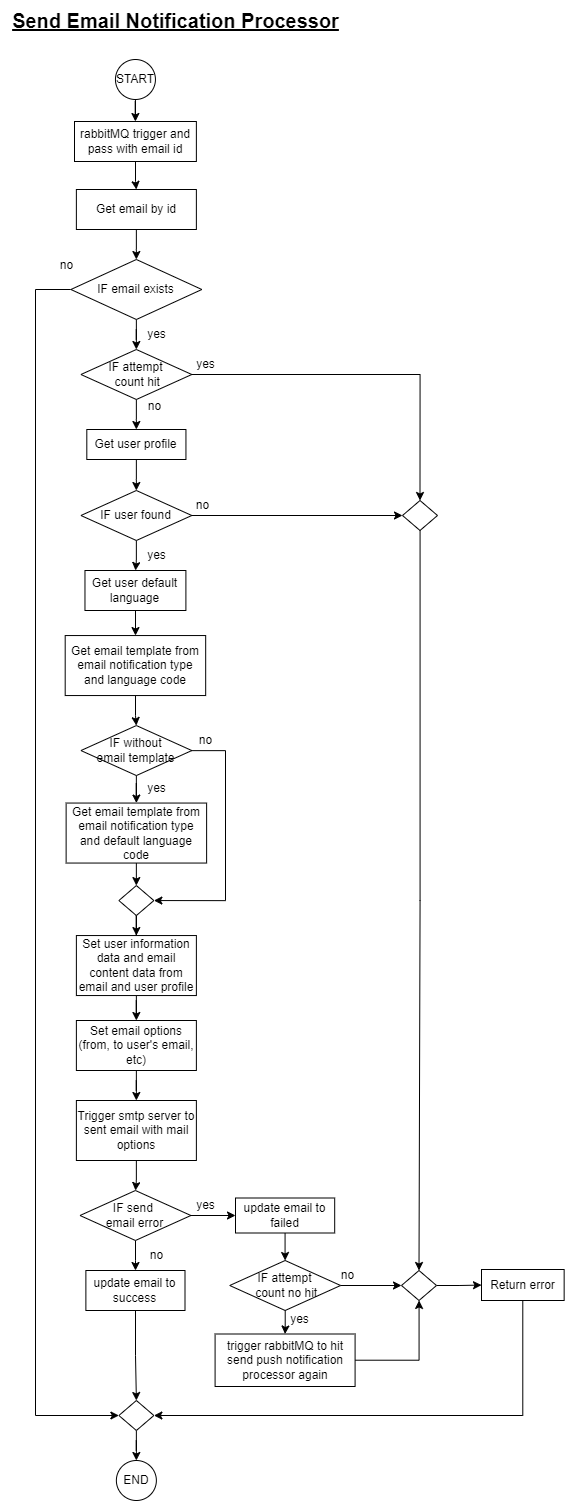
eryanyao/8excite-transition-main keeps this draw.io diagram as batch-service/images/8excite-batch-service - sendEmailNotificationProcessor.drawio.png. Above is the earlier version. Source tidied: cells renumbered, new cells last; positions are measured from the earlier drawing's top-left corner, leaving out a move shared by most shapes. Source of this version:
```xml
<mxGraphModel>
  <root>
    <mxCell id="0" />
    <mxCell id="1" parent="0" />
    <mxCell id="2" value="Send Email Notification Processor" style="text;html=1;align=center;verticalAlign=middle;strokeColor=none;fillColor=none;fontStyle=5;fontSize=20;" parent="1" vertex="1">
      <mxGeometry width="350" height="40" as="geometry" />
    </mxCell>
    <mxCell id="3" style="edgeStyle=orthogonalEdgeStyle;rounded=0;jettySize=auto;html=1;entryX=0.5;entryY=0;entryDx=0;entryDy=0;" parent="1" edge="1" source="4" target="8">
      <mxGeometry relative="1" as="geometry" />
    </mxCell>
    <mxCell id="4" value="rabbitMQ trigger and pass with email id" style="rounded=0;whiteSpace=wrap;html=1;" parent="1" vertex="1">
      <mxGeometry x="74" y="121" width="121.9" height="40" as="geometry" />
    </mxCell>
    <mxCell id="5" style="edgeStyle=orthogonalEdgeStyle;rounded=0;jettySize=auto;html=1;entryX=0.5;entryY=0;entryDx=0;entryDy=0;" parent="1" edge="1" source="6" target="4">
      <mxGeometry relative="1" as="geometry" />
    </mxCell>
    <mxCell id="6" value="START" style="ellipse;whiteSpace=wrap;html=1;" parent="1" vertex="1">
      <mxGeometry x="114.9" y="59" width="40" height="40" as="geometry" />
    </mxCell>
    <mxCell id="7" style="edgeStyle=orthogonalEdgeStyle;rounded=0;jettySize=auto;html=1;" parent="1" edge="1" source="8" target="11">
      <mxGeometry relative="1" as="geometry" />
    </mxCell>
    <mxCell id="8" value="Get email by id" style="rounded=0;whiteSpace=wrap;html=1;" parent="1" vertex="1">
      <mxGeometry x="75.9" y="189" width="120" height="40" as="geometry" />
    </mxCell>
    <mxCell id="9" style="edgeStyle=orthogonalEdgeStyle;rounded=0;jettySize=auto;html=1;" parent="1" edge="1" source="11" target="14">
      <mxGeometry relative="1" as="geometry" />
    </mxCell>
    <mxCell id="10" style="edgeStyle=orthogonalEdgeStyle;rounded=0;jettySize=auto;html=1;entryX=0;entryY=0.5;entryDx=0;entryDy=0;" parent="1" edge="1" source="11" target="67">
      <mxGeometry relative="1" as="geometry">
        <Array as="points">
          <mxPoint x="35" y="289" />
          <mxPoint x="35" y="1415" />
        </Array>
      </mxGeometry>
    </mxCell>
    <mxCell id="11" value="IF email exists" style="rhombus;whiteSpace=wrap;html=1;" parent="1" vertex="1">
      <mxGeometry x="70.4" y="259" width="130.9" height="60" as="geometry" />
    </mxCell>
    <mxCell id="12" style="edgeStyle=orthogonalEdgeStyle;rounded=0;jettySize=auto;html=1;" parent="1" edge="1" source="14" target="17">
      <mxGeometry relative="1" as="geometry" />
    </mxCell>
    <mxCell id="13" style="edgeStyle=orthogonalEdgeStyle;rounded=0;jettySize=auto;html=1;entryX=0.5;entryY=0;entryDx=0;entryDy=0;" parent="1" edge="1" source="14" target="53">
      <mxGeometry relative="1" as="geometry" />
    </mxCell>
    <mxCell id="14" value="IF attempt&lt;br&gt;&amp;nbsp;count hit" style="rhombus;whiteSpace=wrap;html=1;" parent="1" vertex="1">
      <mxGeometry x="80.4" y="349" width="110.9" height="50" as="geometry" />
    </mxCell>
    <mxCell id="15" value="yes" style="text;html=1;align=center;verticalAlign=middle;strokeColor=none;fillColor=none;" parent="1" vertex="1">
      <mxGeometry x="135.9" y="319" width="40" height="30" as="geometry" />
    </mxCell>
    <mxCell id="16" style="edgeStyle=orthogonalEdgeStyle;rounded=0;jettySize=auto;html=1;" parent="1" edge="1" source="17" target="23">
      <mxGeometry relative="1" as="geometry" />
    </mxCell>
    <mxCell id="17" value="Get user profile" style="rounded=0;whiteSpace=wrap;html=1;" parent="1" vertex="1">
      <mxGeometry x="86.3" y="429" width="99.1" height="30" as="geometry" />
    </mxCell>
    <mxCell id="18" value="yes" style="text;html=1;align=center;verticalAlign=middle;strokeColor=none;fillColor=none;" parent="1" vertex="1">
      <mxGeometry x="185.4" y="349" width="40" height="30" as="geometry" />
    </mxCell>
    <mxCell id="19" value="no" style="text;html=1;align=center;verticalAlign=middle;strokeColor=none;fillColor=none;" parent="1" vertex="1">
      <mxGeometry x="134" y="391" width="40" height="30" as="geometry" />
    </mxCell>
    <mxCell id="20" value="END" style="ellipse;whiteSpace=wrap;html=1;" parent="1" vertex="1">
      <mxGeometry x="115.9" y="1460" width="40" height="40" as="geometry" />
    </mxCell>
    <mxCell id="21" style="edgeStyle=orthogonalEdgeStyle;rounded=0;jettySize=auto;html=1;" parent="1" edge="1" source="23" target="53">
      <mxGeometry relative="1" as="geometry" />
    </mxCell>
    <mxCell id="22" style="edgeStyle=orthogonalEdgeStyle;rounded=0;jettySize=auto;html=1;" parent="1" edge="1" source="23" target="26">
      <mxGeometry relative="1" as="geometry" />
    </mxCell>
    <mxCell id="23" value="IF user found" style="rhombus;whiteSpace=wrap;html=1;" parent="1" vertex="1">
      <mxGeometry x="80.4" y="490" width="110.9" height="50" as="geometry" />
    </mxCell>
    <mxCell id="24" value="no" style="text;html=1;align=center;verticalAlign=middle;strokeColor=none;fillColor=none;" parent="1" vertex="1">
      <mxGeometry x="182.3" y="490" width="40" height="30" as="geometry" />
    </mxCell>
    <mxCell id="25" style="edgeStyle=orthogonalEdgeStyle;rounded=0;jettySize=auto;html=1;" parent="1" edge="1" source="26" target="29">
      <mxGeometry relative="1" as="geometry" />
    </mxCell>
    <mxCell id="26" value="Get user default language" style="rounded=0;whiteSpace=wrap;html=1;" parent="1" vertex="1">
      <mxGeometry x="84.5" y="570" width="100.9" height="40" as="geometry" />
    </mxCell>
    <mxCell id="27" value="yes" style="text;html=1;align=center;verticalAlign=middle;strokeColor=none;fillColor=none;" parent="1" vertex="1">
      <mxGeometry x="135.9" y="540" width="40" height="30" as="geometry" />
    </mxCell>
    <mxCell id="28" style="edgeStyle=orthogonalEdgeStyle;rounded=0;jettySize=auto;html=1;" parent="1" edge="1" source="29" target="32">
      <mxGeometry relative="1" as="geometry" />
    </mxCell>
    <mxCell id="29" value="Get email template from email notification type and language code" style="rounded=0;whiteSpace=wrap;html=1;" parent="1" vertex="1">
      <mxGeometry x="64.7" y="635" width="140.5" height="60" as="geometry" />
    </mxCell>
    <mxCell id="30" style="edgeStyle=orthogonalEdgeStyle;rounded=0;jettySize=auto;html=1;" parent="1" edge="1" source="32" target="34">
      <mxGeometry relative="1" as="geometry" />
    </mxCell>
    <mxCell id="31" style="edgeStyle=orthogonalEdgeStyle;rounded=0;jettySize=auto;html=1;entryX=1;entryY=0.5;entryDx=0;entryDy=0;" parent="1" edge="1" source="32" target="37">
      <mxGeometry relative="1" as="geometry">
        <Array as="points">
          <mxPoint x="225" y="750" />
          <mxPoint x="225" y="900" />
        </Array>
      </mxGeometry>
    </mxCell>
    <mxCell id="32" value="IF without &lt;br&gt;email template" style="rhombus;whiteSpace=wrap;html=1;" parent="1" vertex="1">
      <mxGeometry x="80.4" y="725" width="110.9" height="50" as="geometry" />
    </mxCell>
    <mxCell id="33" style="edgeStyle=orthogonalEdgeStyle;rounded=0;jettySize=auto;html=1;" parent="1" edge="1" source="34" target="37">
      <mxGeometry relative="1" as="geometry" />
    </mxCell>
    <mxCell id="34" value="Get email template from email notification type and default language code" style="rounded=0;whiteSpace=wrap;html=1;" parent="1" vertex="1">
      <mxGeometry x="65.6" y="802.5" width="140.5" height="60" as="geometry" />
    </mxCell>
    <mxCell id="35" value="yes" style="text;html=1;align=center;verticalAlign=middle;strokeColor=none;fillColor=none;" parent="1" vertex="1">
      <mxGeometry x="135.9" y="772.5" width="40" height="30" as="geometry" />
    </mxCell>
    <mxCell id="36" style="edgeStyle=orthogonalEdgeStyle;rounded=0;jettySize=auto;html=1;" parent="1" edge="1" source="37" target="40">
      <mxGeometry relative="1" as="geometry" />
    </mxCell>
    <mxCell id="37" value="&lt;span style=&quot;color: rgba(0, 0, 0, 0); font-family: monospace; font-size: 0px; text-align: start;&quot;&gt;%3CmxGraphModel%3E%3Croot%3E%3CmxCell%20id%3D%220%22%2F%3E%3CmxCell%20id%3D%221%22%20parent%3D%220%22%2F%3E%3CmxCell%20id%3D%222%22%20value%3D%22%22%20style%3D%22rhombus%3BwhiteSpace%3Dwrap%3Bhtml%3D1%3Brounded%3D0%3B%22%20vertex%3D%221%22%20parent%3D%221%22%3E%3CmxGeometry%20x%3D%222693.43%22%20y%3D%22-310%22%20width%3D%2235%22%20height%3D%2230%22%20as%3D%22geometry%22%2F%3E%3C%2FmxCell%3E%3C%2Froot%3E%3C%2FmxGraphModel%3E&lt;/span&gt;" style="rhombus;whiteSpace=wrap;html=1;rounded=0;" parent="1" vertex="1">
      <mxGeometry x="118.4" y="885" width="35" height="30" as="geometry" />
    </mxCell>
    <mxCell id="38" value="no" style="text;html=1;align=center;verticalAlign=middle;strokeColor=none;fillColor=none;" parent="1" vertex="1">
      <mxGeometry x="185.4" y="725" width="40" height="30" as="geometry" />
    </mxCell>
    <mxCell id="39" style="edgeStyle=orthogonalEdgeStyle;rounded=0;jettySize=auto;html=1;" parent="1" edge="1" source="40" target="42">
      <mxGeometry relative="1" as="geometry" />
    </mxCell>
    <mxCell id="40" value="Set user information data and email content data from email and user profile" style="whiteSpace=wrap;html=1;rounded=0;" parent="1" vertex="1">
      <mxGeometry x="75.9" y="935" width="120" height="60" as="geometry" />
    </mxCell>
    <mxCell id="41" style="edgeStyle=orthogonalEdgeStyle;rounded=0;jettySize=auto;html=1;" parent="1" edge="1" source="42" target="44">
      <mxGeometry relative="1" as="geometry" />
    </mxCell>
    <mxCell id="42" value="Set email options (from, to user's email, etc)" style="whiteSpace=wrap;html=1;rounded=0;" parent="1" vertex="1">
      <mxGeometry x="75.9" y="1020" width="120" height="50" as="geometry" />
    </mxCell>
    <mxCell id="43" style="edgeStyle=orthogonalEdgeStyle;rounded=0;jettySize=auto;html=1;" parent="1" edge="1" source="44" target="47">
      <mxGeometry relative="1" as="geometry" />
    </mxCell>
    <mxCell id="44" value="Trigger smtp server to sent email with mail options" style="whiteSpace=wrap;html=1;rounded=0;" parent="1" vertex="1">
      <mxGeometry x="75.9" y="1100" width="120" height="60" as="geometry" />
    </mxCell>
    <mxCell id="45" style="edgeStyle=orthogonalEdgeStyle;rounded=0;jettySize=auto;html=1;" parent="1" edge="1" source="47" target="49">
      <mxGeometry relative="1" as="geometry" />
    </mxCell>
    <mxCell id="46" style="edgeStyle=orthogonalEdgeStyle;rounded=0;jettySize=auto;html=1;" parent="1" edge="1" source="47" target="51">
      <mxGeometry relative="1" as="geometry" />
    </mxCell>
    <mxCell id="47" value="IF send&amp;nbsp;&lt;br&gt;email error" style="rhombus;whiteSpace=wrap;html=1;" parent="1" vertex="1">
      <mxGeometry x="79.5" y="1190" width="110.9" height="50" as="geometry" />
    </mxCell>
    <mxCell id="48" style="edgeStyle=orthogonalEdgeStyle;rounded=0;jettySize=auto;html=1;entryX=0.5;entryY=0;entryDx=0;entryDy=0;" parent="1" edge="1" source="49" target="59">
      <mxGeometry relative="1" as="geometry" />
    </mxCell>
    <mxCell id="49" value="update email to failed" style="whiteSpace=wrap;html=1;" parent="1" vertex="1">
      <mxGeometry x="235" y="1197.5" width="99.2" height="35" as="geometry" />
    </mxCell>
    <mxCell id="50" style="edgeStyle=orthogonalEdgeStyle;rounded=0;jettySize=auto;html=1;entryX=0.5;entryY=0;entryDx=0;entryDy=0;" parent="1" edge="1" source="51" target="67">
      <mxGeometry relative="1" as="geometry" />
    </mxCell>
    <mxCell id="51" value="update email to success" style="whiteSpace=wrap;html=1;" parent="1" vertex="1">
      <mxGeometry x="85.4" y="1270" width="99.1" height="40" as="geometry" />
    </mxCell>
    <mxCell id="52" style="edgeStyle=orthogonalEdgeStyle;rounded=0;jettySize=auto;html=1;entryX=0.5;entryY=0;entryDx=0;entryDy=0;" parent="1" edge="1" source="53" target="63">
      <mxGeometry relative="1" as="geometry" />
    </mxCell>
    <mxCell id="53" value="&lt;span style=&quot;color: rgba(0, 0, 0, 0); font-family: monospace; font-size: 0px; text-align: start;&quot;&gt;%3CmxGraphModel%3E%3Croot%3E%3CmxCell%20id%3D%220%22%2F%3E%3CmxCell%20id%3D%221%22%20parent%3D%220%22%2F%3E%3CmxCell%20id%3D%222%22%20value%3D%22%22%20style%3D%22rhombus%3BwhiteSpace%3Dwrap%3Bhtml%3D1%3Brounded%3D0%3B%22%20vertex%3D%221%22%20parent%3D%221%22%3E%3CmxGeometry%20x%3D%222693.43%22%20y%3D%22-310%22%20width%3D%2235%22%20height%3D%2230%22%20as%3D%22geometry%22%2F%3E%3C%2FmxCell%3E%3C%2Froot%3E%3C%2FmxGraphModel%3E&lt;/span&gt;" style="rhombus;whiteSpace=wrap;html=1;rounded=0;" parent="1" vertex="1">
      <mxGeometry x="402" y="500" width="35" height="30" as="geometry" />
    </mxCell>
    <mxCell id="54" value="no" style="text;html=1;align=center;verticalAlign=middle;strokeColor=none;fillColor=none;" parent="1" vertex="1">
      <mxGeometry x="46.3" y="250" width="40" height="30" as="geometry" />
    </mxCell>
    <mxCell id="55" style="edgeStyle=orthogonalEdgeStyle;rounded=0;jettySize=auto;html=1;entryX=1;entryY=0.5;entryDx=0;entryDy=0;" parent="1" edge="1" source="56" target="67">
      <mxGeometry relative="1" as="geometry">
        <Array as="points">
          <mxPoint x="522" y="1415" />
        </Array>
      </mxGeometry>
    </mxCell>
    <mxCell id="56" value="Return error" style="whiteSpace=wrap;html=1;" parent="1" vertex="1">
      <mxGeometry x="481" y="1269" width="82.7" height="31" as="geometry" />
    </mxCell>
    <mxCell id="57" style="edgeStyle=orthogonalEdgeStyle;rounded=0;jettySize=auto;html=1;" parent="1" edge="1" source="59" target="61">
      <mxGeometry relative="1" as="geometry" />
    </mxCell>
    <mxCell id="58" style="edgeStyle=orthogonalEdgeStyle;rounded=0;jettySize=auto;html=1;entryX=0;entryY=0.5;entryDx=0;entryDy=0;" parent="1" edge="1" source="59" target="63">
      <mxGeometry relative="1" as="geometry" />
    </mxCell>
    <mxCell id="59" value="IF attempt&lt;br&gt;&amp;nbsp;count no hit" style="rhombus;whiteSpace=wrap;html=1;" parent="1" vertex="1">
      <mxGeometry x="229.2" y="1260" width="110.9" height="50" as="geometry" />
    </mxCell>
    <mxCell id="60" style="edgeStyle=orthogonalEdgeStyle;rounded=0;jettySize=auto;html=1;" parent="1" edge="1" source="61" target="63">
      <mxGeometry relative="1" as="geometry" />
    </mxCell>
    <mxCell id="61" value="trigger rabbitMQ to hit send push notification processor again" style="whiteSpace=wrap;html=1;" parent="1" vertex="1">
      <mxGeometry x="214.6" y="1333.5" width="140" height="52.5" as="geometry" />
    </mxCell>
    <mxCell id="62" style="edgeStyle=orthogonalEdgeStyle;rounded=0;jettySize=auto;html=1;" parent="1" edge="1" source="63" target="56">
      <mxGeometry relative="1" as="geometry" />
    </mxCell>
    <mxCell id="63" value="&lt;span style=&quot;color: rgba(0, 0, 0, 0); font-family: monospace; font-size: 0px; text-align: start;&quot;&gt;%3CmxGraphModel%3E%3Croot%3E%3CmxCell%20id%3D%220%22%2F%3E%3CmxCell%20id%3D%221%22%20parent%3D%220%22%2F%3E%3CmxCell%20id%3D%222%22%20value%3D%22%22%20style%3D%22rhombus%3BwhiteSpace%3Dwrap%3Bhtml%3D1%3Brounded%3D0%3B%22%20vertex%3D%221%22%20parent%3D%221%22%3E%3CmxGeometry%20x%3D%222693.43%22%20y%3D%22-310%22%20width%3D%2235%22%20height%3D%2230%22%20as%3D%22geometry%22%2F%3E%3C%2FmxCell%3E%3C%2Froot%3E%3C%2FmxGraphModel%3E&lt;/span&gt;" style="rhombus;whiteSpace=wrap;html=1;rounded=0;" parent="1" vertex="1">
      <mxGeometry x="401" y="1270" width="35" height="30" as="geometry" />
    </mxCell>
    <mxCell id="64" value="no" style="text;html=1;align=center;verticalAlign=middle;strokeColor=none;fillColor=none;" parent="1" vertex="1">
      <mxGeometry x="326.9" y="1260" width="40" height="30" as="geometry" />
    </mxCell>
    <mxCell id="65" value="yes" style="text;html=1;align=center;verticalAlign=middle;strokeColor=none;fillColor=none;" parent="1" vertex="1">
      <mxGeometry x="279.2" y="1303.5" width="40" height="30" as="geometry" />
    </mxCell>
    <mxCell id="66" style="edgeStyle=orthogonalEdgeStyle;rounded=0;jettySize=auto;html=1;" parent="1" edge="1" source="67" target="20">
      <mxGeometry relative="1" as="geometry" />
    </mxCell>
    <mxCell id="67" value="&lt;span style=&quot;color: rgba(0, 0, 0, 0); font-family: monospace; font-size: 0px; text-align: start;&quot;&gt;%3CmxGraphModel%3E%3Croot%3E%3CmxCell%20id%3D%220%22%2F%3E%3CmxCell%20id%3D%221%22%20parent%3D%220%22%2F%3E%3CmxCell%20id%3D%222%22%20value%3D%22%22%20style%3D%22rhombus%3BwhiteSpace%3Dwrap%3Bhtml%3D1%3Brounded%3D0%3B%22%20vertex%3D%221%22%20parent%3D%221%22%3E%3CmxGeometry%20x%3D%222693.43%22%20y%3D%22-310%22%20width%3D%2235%22%20height%3D%2230%22%20as%3D%22geometry%22%2F%3E%3C%2FmxCell%3E%3C%2Froot%3E%3C%2FmxGraphModel%3E&lt;/span&gt;" style="rhombus;whiteSpace=wrap;html=1;rounded=0;" parent="1" vertex="1">
      <mxGeometry x="118.4" y="1400" width="35" height="30" as="geometry" />
    </mxCell>
    <mxCell id="68" value="yes" style="text;html=1;align=center;verticalAlign=middle;strokeColor=none;fillColor=none;" parent="1" vertex="1">
      <mxGeometry x="184.5" y="1190" width="40" height="30" as="geometry" />
    </mxCell>
    <mxCell id="69" value="no" style="text;html=1;align=center;verticalAlign=middle;strokeColor=none;fillColor=none;" parent="1" vertex="1">
      <mxGeometry x="135.9" y="1240" width="40" height="30" as="geometry" />
    </mxCell>
  </root>
</mxGraphModel>
```
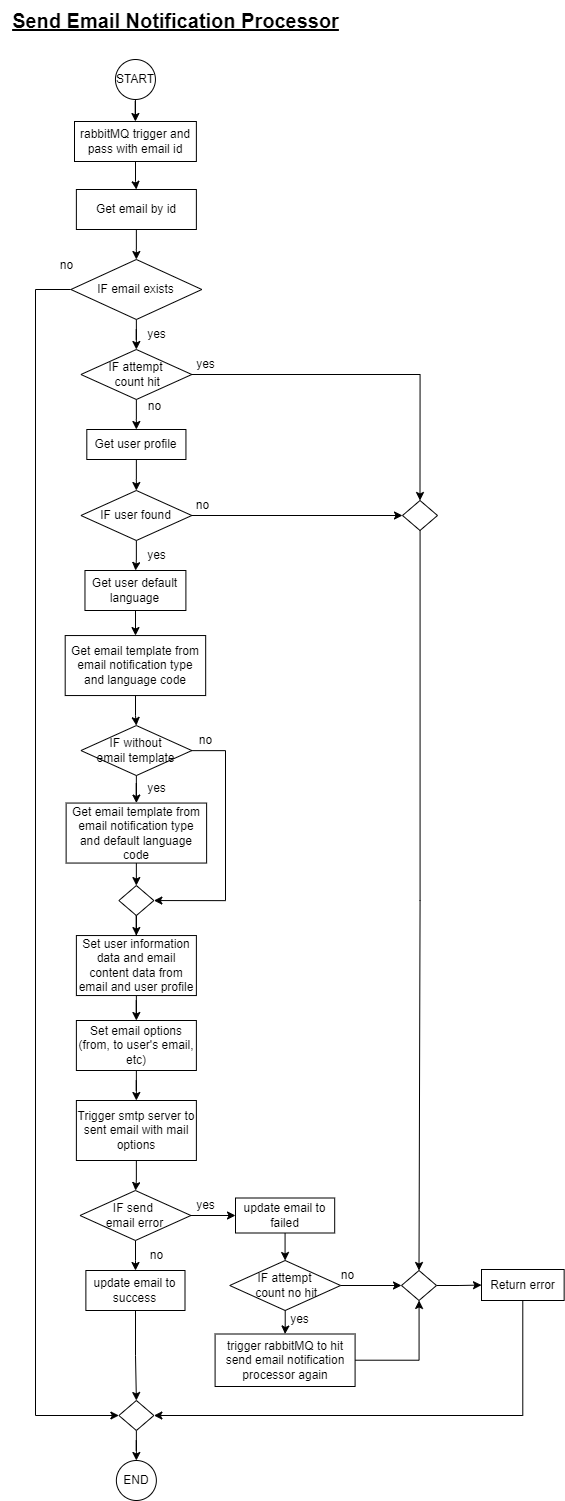
Later version of the same file.

Commit message:
Updated: send email notification processor

What changed in the source:
```diff
@@ -193,7 +193,7 @@
     <mxCell id="60" style="edgeStyle=orthogonalEdgeStyle;rounded=0;jettySize=auto;html=1;" parent="1" edge="1" source="61" target="63">
       <mxGeometry relative="1" as="geometry" />
     </mxCell>
-    <mxCell id="61" value="trigger rabbitMQ to hit send push notification processor again" style="whiteSpace=wrap;html=1;" parent="1" vertex="1">
+    <mxCell id="61" value="trigger rabbitMQ to hit send email notification processor again" style="whiteSpace=wrap;html=1;" parent="1" vertex="1">
       <mxGeometry x="214.6" y="1333.5" width="140" height="52.5" as="geometry" />
     </mxCell>
     <mxCell id="62" style="edgeStyle=orthogonalEdgeStyle;rounded=0;jettySize=auto;html=1;" parent="1" edge="1" source="63" target="56">
```
